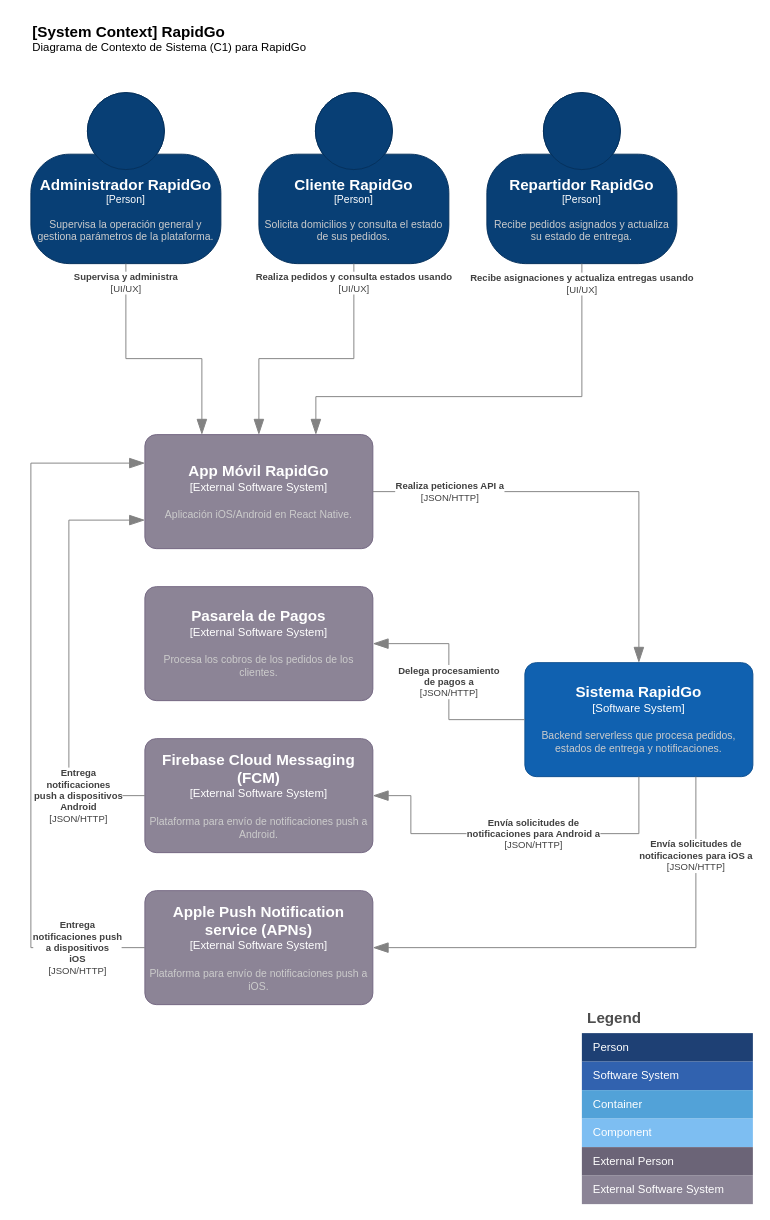
AlejoBarriosDev/tdea-2026-01-cloud-computing keeps this draw.io diagram as page "C1 - Context diagram" (1 of 3) of assets/C4_Diagrams.drawio. Above is the earlier version. Source tidied: cells renumbered, new cells numbered last; positions are measured from the earlier drawing's top-left corner, leaving out a move shared by most shapes. Both pictures are drawn from the tidied source at 95%, with x=0, y=0 at pixel (30, 16).
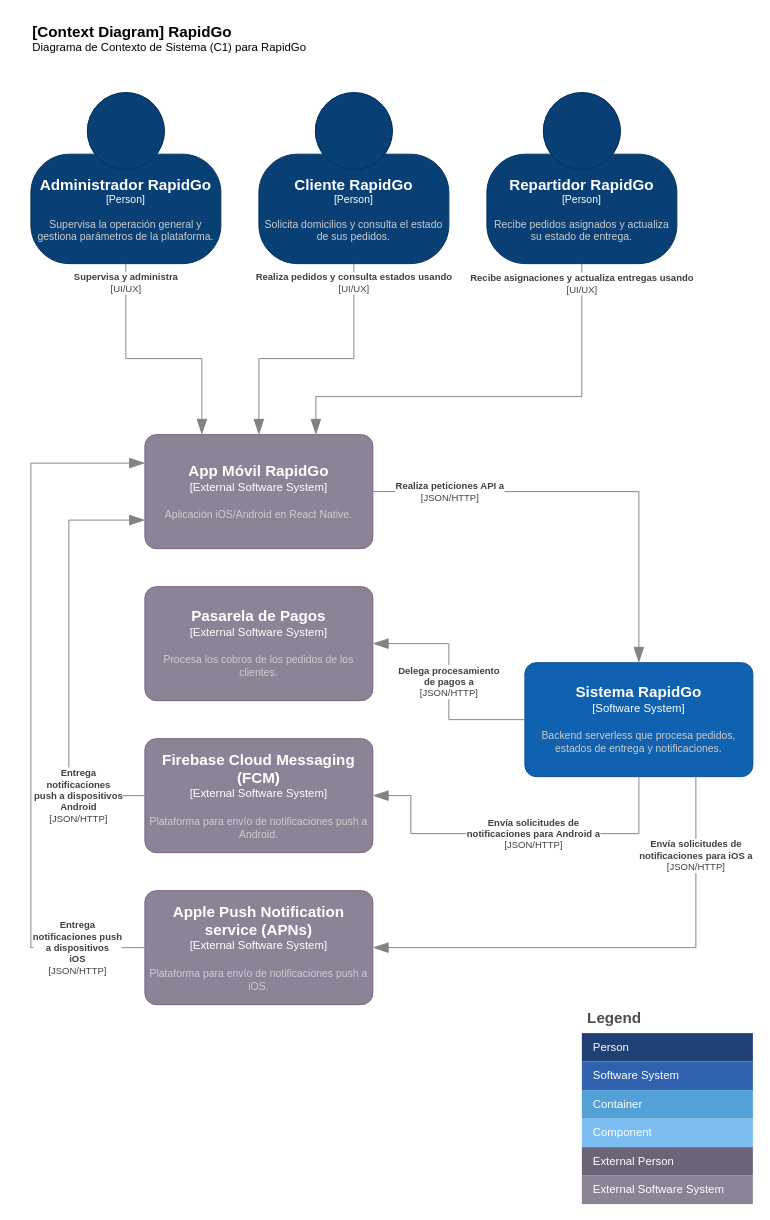
Above is the later version.

What changed in the source:
```diff
@@
-    <object id="17" label="&lt;font style=&quot;font-size: 16px&quot;&gt;&lt;b&gt;&lt;div style=&quot;text-align: left&quot;&gt;%c4Name%&lt;/div&gt;&lt;/b&gt;&lt;/font&gt;&lt;div style=&quot;text-align: left&quot;&gt;%c4Description%&lt;/div&gt;" c4Description="Diagrama de Contexto de Sistema (C1) para RapidGo" c4Name="[System Context] RapidGo" placeholders="1">
+    <object id="17" label="&lt;font style=&quot;font-size: 16px&quot;&gt;&lt;b&gt;&lt;div style=&quot;text-align: left&quot;&gt;%c4Name%&lt;/div&gt;&lt;/b&gt;&lt;/font&gt;&lt;div style=&quot;text-align: left&quot;&gt;%c4Description%&lt;/div&gt;" c4Description="Diagrama de Contexto de Sistema (C1) para RapidGo" c4Name="[Context Diagram] RapidGo" placeholders="1">
       <mxCell style="text;html=1;strokeColor=none;fillColor=none;align=left;verticalAlign=top;whiteSpace=wrap;rounded=0;" parent="1" vertex="1">
         <mxGeometry width="340" height="40" as="geometry" />
       </mxCell>
     </object>
```
